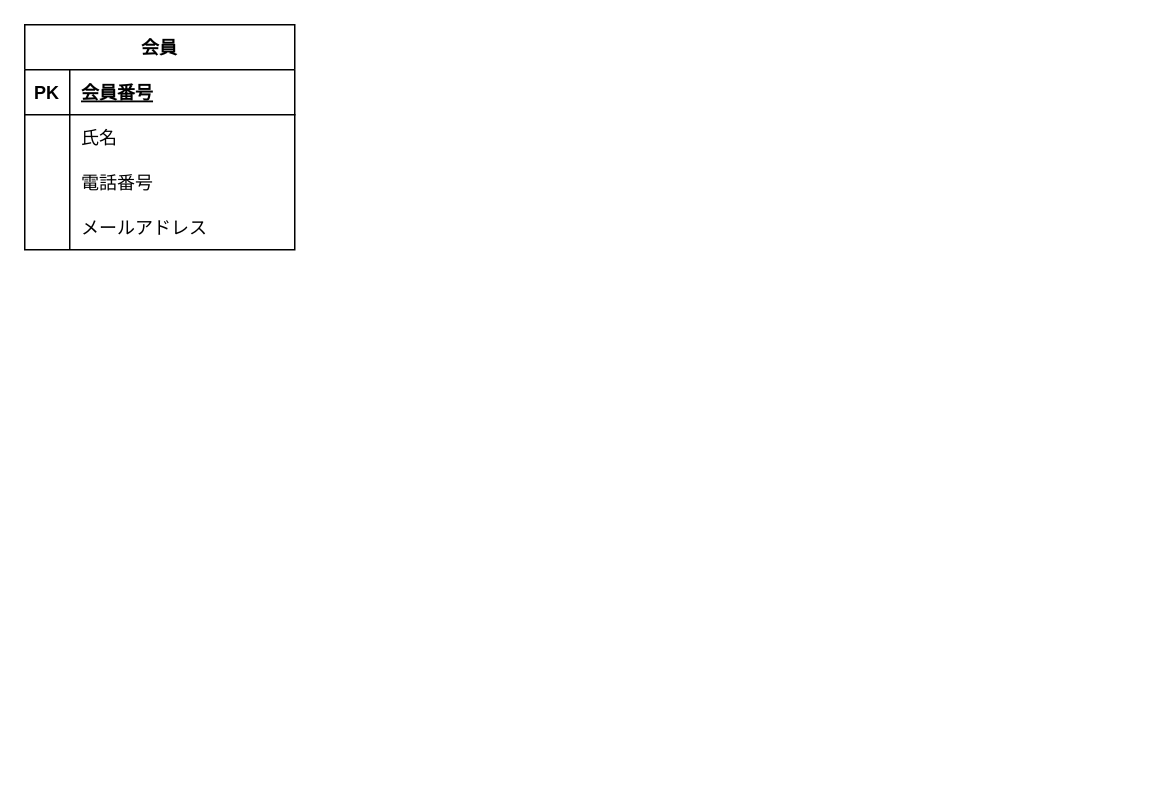
Above: 題材D　ヘアサロンデータベース.drawio in y-keysynth/study_sql-er (draw.io), before the change. Source tidied: cells renumbered, new cells numbered last; positions are measured from the earlier drawing's top-left corner, leaving out a move shared by most shapes. Both pictures are drawn from the tidied source at 150%, with x=0, y=0 at pixel (24, 24).
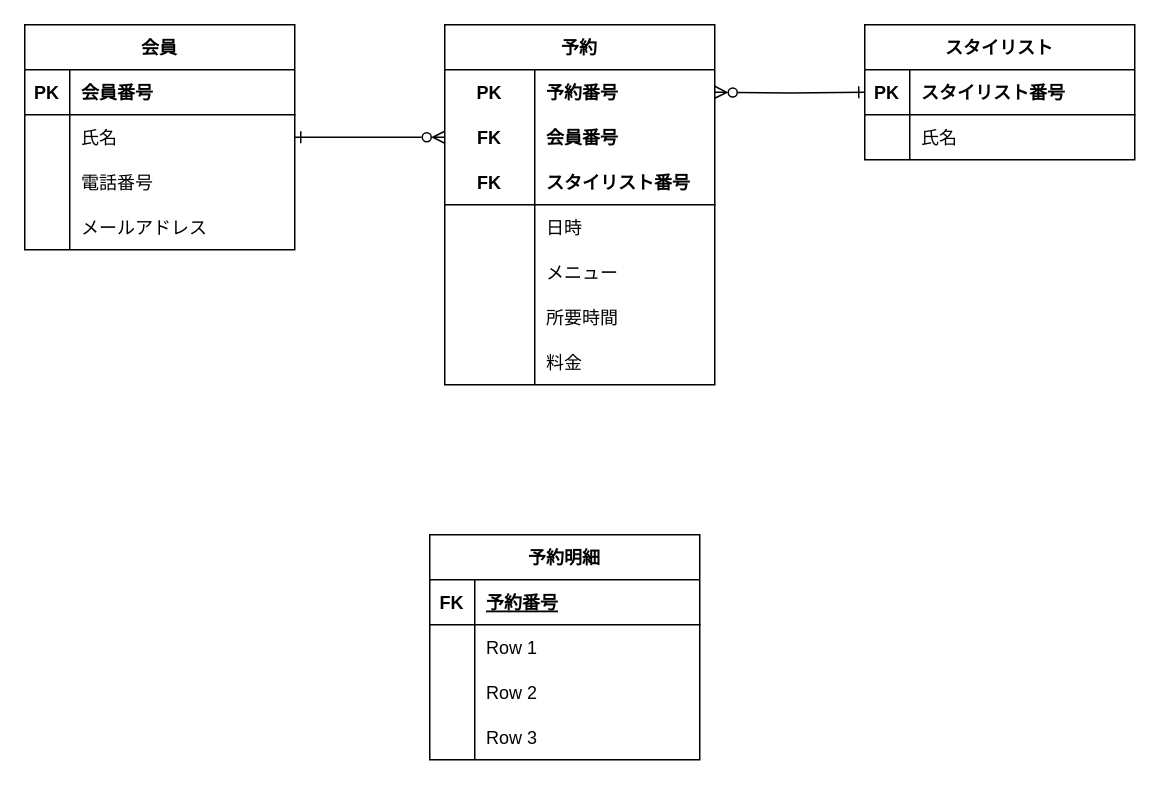
The same diagram, later.

Commit message:
題材D　ヘアサロンデータベース.drawio を更新します

Change to the diagram source:
```diff
@@
-    <mxCell id="2" value="会員" style="shape=table;startSize=30;childLayout=tableLayout;rowLines=0;fontStyle=1;align=center;" parent="1" vertex="1">
+    <mxCell id="2" value="会員" style="shape=table;startSize=30;childLayout=tableLayout;rowLines=0;fontStyle=1;align=center;labelBackgroundColor=none;" parent="1" vertex="1">
       <mxGeometry width="180" height="150" as="geometry" />
     </mxCell>
-    <mxCell id="3" style="shape=tableRow;horizontal=0;startSize=0;swimlaneHead=0;swimlaneBody=0;fillColor=none;top=0;left=0;right=0;bottom=1;" parent="2" vertex="1">
+    <mxCell id="3" style="shape=tableRow;horizontal=0;startSize=0;swimlaneHead=0;swimlaneBody=0;fillColor=none;top=0;left=0;right=0;bottom=1;labelBackgroundColor=none;" parent="2" vertex="1">
       <mxGeometry y="30" width="180" height="30" as="geometry" />
     </mxCell>
-    <mxCell id="4" value="PK" style="shape=partialRectangle;fillColor=none;top=0;left=0;bottom=0;right=0;fontStyle=1;overflow=hidden;" parent="3" vertex="1">
+    <mxCell id="4" value="PK" style="shape=partialRectangle;fillColor=none;top=0;left=0;bottom=0;right=0;fontStyle=1;overflow=hidden;labelBackgroundColor=none;" parent="3" vertex="1">
       <mxGeometry width="30" height="30" as="geometry" />
     </mxCell>
-    <mxCell id="5" value="会員番号" style="shape=partialRectangle;fillColor=none;top=0;left=0;bottom=0;right=0;align=left;spacingLeft=6;fontStyle=5;overflow=hidden;" parent="3" vertex="1">
+    <mxCell id="5" value="会員番号" style="shape=partialRectangle;fillColor=none;top=0;left=0;bottom=0;right=0;align=left;spacingLeft=6;fontStyle=1;overflow=hidden;labelBackgroundColor=none;" parent="3" vertex="1">
       <mxGeometry x="30" width="150" height="30" as="geometry" />
     </mxCell>
-    <mxCell id="6" style="shape=tableRow;horizontal=0;startSize=0;swimlaneHead=0;swimlaneBody=0;fillColor=none;points=[[0,0.5],[1,0.5]];portConstraint=eastwest;top=0;left=0;right=0;bottom=0;" parent="2" vertex="1">
+    <mxCell id="6" style="shape=tableRow;horizontal=0;startSize=0;swimlaneHead=0;swimlaneBody=0;fillColor=none;points=[[0,0.5],[1,0.5]];portConstraint=eastwest;top=0;left=0;right=0;bottom=0;labelBackgroundColor=none;" parent="2" vertex="1">
       <mxGeometry y="60" width="180" height="30" as="geometry" />
     </mxCell>
-    <mxCell id="7" style="shape=partialRectangle;fillColor=none;top=0;left=0;bottom=0;right=0;overflow=hidden;" parent="6" vertex="1">
+    <mxCell id="7" style="shape=partialRectangle;fillColor=none;top=0;left=0;bottom=0;right=0;overflow=hidden;labelBackgroundColor=none;" parent="6" vertex="1">
       <mxGeometry width="30" height="30" as="geometry" />
     </mxCell>
-    <mxCell id="8" value="氏名" style="shape=partialRectangle;fillColor=none;top=0;left=0;bottom=0;right=0;align=left;spacingLeft=6;overflow=hidden;" parent="6" vertex="1">
+    <mxCell id="8" value="氏名" style="shape=partialRectangle;fillColor=none;top=0;left=0;bottom=0;right=0;align=left;spacingLeft=6;overflow=hidden;labelBackgroundColor=none;" parent="6" vertex="1">
       <mxGeometry x="30" width="150" height="30" as="geometry" />
     </mxCell>
-    <mxCell id="9" style="shape=tableRow;horizontal=0;startSize=0;swimlaneHead=0;swimlaneBody=0;fillColor=none;top=0;left=0;right=0;bottom=0;" parent="2" vertex="1">
+    <mxCell id="9" style="shape=tableRow;horizontal=0;startSize=0;swimlaneHead=0;swimlaneBody=0;fillColor=none;top=0;left=0;right=0;bottom=0;labelBackgroundColor=none;" parent="2" vertex="1">
       <mxGeometry y="90" width="180" height="30" as="geometry" />
     </mxCell>
-    <mxCell id="10" style="shape=partialRectangle;fillColor=none;top=0;left=0;bottom=0;right=0;overflow=hidden;" parent="9" vertex="1">
+    <mxCell id="10" style="shape=partialRectangle;fillColor=none;top=0;left=0;bottom=0;right=0;overflow=hidden;labelBackgroundColor=none;" parent="9" vertex="1">
       <mxGeometry width="30" height="30" as="geometry" />
     </mxCell>
-    <mxCell id="11" value="電話番号 " style="shape=partialRectangle;fillColor=none;top=0;left=0;bottom=0;right=0;align=left;spacingLeft=6;overflow=hidden;" parent="9" vertex="1">
+    <mxCell id="11" value="電話番号 " style="shape=partialRectangle;fillColor=none;top=0;left=0;bottom=0;right=0;align=left;spacingLeft=6;overflow=hidden;labelBackgroundColor=none;" parent="9" vertex="1">
       <mxGeometry x="30" width="150" height="30" as="geometry" />
     </mxCell>
-    <mxCell id="12" style="shape=tableRow;horizontal=0;startSize=0;swimlaneHead=0;swimlaneBody=0;fillColor=none;top=0;left=0;right=0;bottom=0;" parent="2" vertex="1">
+    <mxCell id="12" style="shape=tableRow;horizontal=0;startSize=0;swimlaneHead=0;swimlaneBody=0;fillColor=none;top=0;left=0;right=0;bottom=0;labelBackgroundColor=none;" parent="2" vertex="1">
       <mxGeometry y="120" width="180" height="30" as="geometry" />
     </mxCell>
-    <mxCell id="13" style="shape=partialRectangle;fillColor=none;top=0;left=0;bottom=0;right=0;overflow=hidden;" parent="12" vertex="1">
+    <mxCell id="13" style="shape=partialRectangle;fillColor=none;top=0;left=0;bottom=0;right=0;overflow=hidden;labelBackgroundColor=none;" parent="12" vertex="1">
       <mxGeometry width="30" height="30" as="geometry" />
     </mxCell>
-    <mxCell id="14" value="メールアドレス" style="shape=partialRectangle;fillColor=none;top=0;left=0;bottom=0;right=0;align=left;spacingLeft=6;overflow=hidden;" parent="12" vertex="1">
+    <mxCell id="14" value="メールアドレス" style="shape=partialRectangle;fillColor=none;top=0;left=0;bottom=0;right=0;align=left;spacingLeft=6;overflow=hidden;labelBackgroundColor=none;" parent="12" vertex="1">
       <mxGeometry x="30" width="150" height="30" as="geometry" />
     </mxCell>
+    <mxCell id="15" value="予約" style="shape=table;startSize=30;childLayout=tableLayout;rowLines=0;fontStyle=1;align=center;labelBackgroundColor=none;" parent="1" vertex="1">
+      <mxGeometry x="280" width="180" height="240" as="geometry" />
+    </mxCell>
+    <mxCell id="16" style="shape=tableRow;horizontal=0;startSize=0;swimlaneHead=0;swimlaneBody=0;fillColor=none;points=[[0,0.5],[1,0.5]];portConstraint=eastwest;top=0;left=0;right=0;bottom=0;labelBackgroundColor=none;flipV=1;" parent="15" vertex="1">
+      <mxGeometry y="30" width="180" height="30" as="geometry" />
+    </mxCell>
+    <mxCell id="17" value="PK" style="shape=partialRectangle;fillColor=none;top=0;left=0;bottom=0;right=0;fontStyle=1;overflow=hidden;labelBackgroundColor=none;" parent="16" vertex="1">
+      <mxGeometry width="60" height="30" as="geometry" />
+    </mxCell>
+    <mxCell id="18" value="予約番号" style="shape=partialRectangle;fillColor=none;top=0;left=0;bottom=0;right=0;align=left;spacingLeft=6;fontStyle=1;overflow=hidden;labelBackgroundColor=none;" parent="16" vertex="1">
+      <mxGeometry x="60" width="120" height="30" as="geometry" />
+    </mxCell>
+    <mxCell id="19" style="shape=tableRow;horizontal=0;startSize=0;swimlaneHead=0;swimlaneBody=0;fillColor=none;points=[[0,0.5],[1,0.5]];portConstraint=eastwest;top=0;left=0;right=0;bottom=0;labelBackgroundColor=none;flipV=1;flipH=0;fontStyle=0;strokeColor=default;dashed=1;" parent="15" vertex="1">
+      <mxGeometry y="60" width="180" height="30" as="geometry" />
+    </mxCell>
+    <mxCell id="20" value="FK" style="shape=partialRectangle;fillColor=none;top=0;left=0;bottom=0;right=0;fontStyle=1;overflow=hidden;labelBackgroundColor=none;" parent="19" vertex="1">
+      <mxGeometry width="60" height="30" as="geometry" />
+    </mxCell>
+    <mxCell id="21" value="会員番号" style="shape=partialRectangle;fillColor=none;top=0;left=0;bottom=0;right=0;align=left;spacingLeft=6;fontStyle=1;overflow=hidden;labelBackgroundColor=none;dashed=1;fontColor=default;labelBorderColor=none;" parent="19" vertex="1">
+      <mxGeometry x="60" width="120" height="30" as="geometry" />
+    </mxCell>
+    <mxCell id="22" style="shape=tableRow;horizontal=0;startSize=0;swimlaneHead=0;swimlaneBody=0;fillColor=none;top=0;left=0;right=0;bottom=1;labelBackgroundColor=none;flipV=0;flipH=0;" parent="15" vertex="1">
+      <mxGeometry y="90" width="180" height="30" as="geometry" />
+    </mxCell>
+    <mxCell id="23" value="FK" style="shape=partialRectangle;fillColor=none;top=0;left=0;bottom=0;right=0;fontStyle=1;overflow=hidden;labelBackgroundColor=none;" parent="22" vertex="1">
+      <mxGeometry width="60" height="30" as="geometry" />
+    </mxCell>
+    <mxCell id="24" value="スタイリスト番号" style="shape=partialRectangle;fillColor=none;top=0;left=0;bottom=0;right=0;align=left;spacingLeft=6;fontStyle=1;overflow=hidden;labelBackgroundColor=none;" parent="22" vertex="1">
+      <mxGeometry x="60" width="120" height="30" as="geometry" />
+    </mxCell>
+    <mxCell id="25" style="shape=tableRow;horizontal=0;startSize=0;swimlaneHead=0;swimlaneBody=0;fillColor=none;top=0;left=0;right=0;bottom=0;labelBackgroundColor=none;" parent="15" vertex="1">
+      <mxGeometry y="120" width="180" height="30" as="geometry" />
+    </mxCell>
+    <mxCell id="26" style="shape=partialRectangle;fillColor=none;top=0;left=0;bottom=0;right=0;overflow=hidden;labelBackgroundColor=none;" parent="25" vertex="1">
+      <mxGeometry width="60" height="30" as="geometry" />
+    </mxCell>
+    <mxCell id="27" value="日時" style="shape=partialRectangle;fillColor=none;top=0;left=0;bottom=0;right=0;align=left;spacingLeft=6;overflow=hidden;labelBackgroundColor=none;" parent="25" vertex="1">
+      <mxGeometry x="60" width="120" height="30" as="geometry" />
+    </mxCell>
+    <mxCell id="28" style="shape=tableRow;horizontal=0;startSize=0;swimlaneHead=0;swimlaneBody=0;fillColor=none;top=0;left=0;right=0;bottom=0;labelBackgroundColor=none;" parent="15" vertex="1">
+      <mxGeometry y="150" width="180" height="30" as="geometry" />
+    </mxCell>
+    <mxCell id="29" style="shape=partialRectangle;fillColor=none;top=0;left=0;bottom=0;right=0;overflow=hidden;labelBackgroundColor=none;" parent="28" vertex="1">
+      <mxGeometry width="60" height="30" as="geometry" />
+    </mxCell>
+    <mxCell id="30" value="メニュー" style="shape=partialRectangle;fillColor=none;top=0;left=0;bottom=0;right=0;align=left;spacingLeft=6;overflow=hidden;labelBackgroundColor=none;" parent="28" vertex="1">
+      <mxGeometry x="60" width="120" height="30" as="geometry" />
+    </mxCell>
+    <mxCell id="31" style="shape=tableRow;horizontal=0;startSize=0;swimlaneHead=0;swimlaneBody=0;fillColor=none;top=0;left=0;right=0;bottom=0;labelBackgroundColor=none;" parent="15" vertex="1">
+      <mxGeometry y="180" width="180" height="30" as="geometry" />
+    </mxCell>
+    <mxCell id="32" style="shape=partialRectangle;fillColor=none;top=0;left=0;bottom=0;right=0;overflow=hidden;labelBackgroundColor=none;" parent="31" vertex="1">
+      <mxGeometry width="60" height="30" as="geometry" />
+    </mxCell>
+    <mxCell id="33" value="所要時間" style="shape=partialRectangle;fillColor=none;top=0;left=0;bottom=0;right=0;align=left;spacingLeft=6;overflow=hidden;labelBackgroundColor=none;" parent="31" vertex="1">
+      <mxGeometry x="60" width="120" height="30" as="geometry" />
+    </mxCell>
+    <mxCell id="34" style="shape=tableRow;horizontal=0;startSize=0;swimlaneHead=0;swimlaneBody=0;fillColor=none;top=0;left=0;right=0;bottom=0;labelBackgroundColor=none;" parent="15" vertex="1">
+      <mxGeometry y="210" width="180" height="30" as="geometry" />
+    </mxCell>
+    <mxCell id="35" style="shape=partialRectangle;fillColor=none;top=0;left=0;bottom=0;right=0;overflow=hidden;labelBackgroundColor=none;" parent="34" vertex="1">
+      <mxGeometry width="60" height="30" as="geometry" />
+    </mxCell>
+    <mxCell id="36" value="料金" style="shape=partialRectangle;fillColor=none;top=0;left=0;bottom=0;right=0;align=left;spacingLeft=6;overflow=hidden;labelBackgroundColor=none;" parent="34" vertex="1">
+      <mxGeometry x="60" width="120" height="30" as="geometry" />
+    </mxCell>
+    <mxCell id="37" value="予約明細" style="shape=table;startSize=30;childLayout=tableLayout;rowLines=0;fontStyle=1;align=center;labelBackgroundColor=none;" parent="1" vertex="1">
+      <mxGeometry x="270" y="340" width="180" height="150" as="geometry" />
+    </mxCell>
+    <mxCell id="38" style="shape=tableRow;horizontal=0;startSize=0;swimlaneHead=0;swimlaneBody=0;fillColor=none;top=0;left=0;right=0;bottom=1;labelBackgroundColor=none;" parent="37" vertex="1">
+      <mxGeometry y="30" width="180" height="30" as="geometry" />
+    </mxCell>
+    <mxCell id="39" value="FK" style="shape=partialRectangle;fillColor=none;top=0;left=0;bottom=0;right=0;fontStyle=1;overflow=hidden;labelBackgroundColor=none;" parent="38" vertex="1">
+      <mxGeometry width="30" height="30" as="geometry" />
+    </mxCell>
+    <mxCell id="40" value="予約番号" style="shape=partialRectangle;fillColor=none;top=0;left=0;bottom=0;right=0;align=left;spacingLeft=6;fontStyle=5;overflow=hidden;labelBackgroundColor=none;" parent="38" vertex="1">
+      <mxGeometry x="30" width="150" height="30" as="geometry" />
+    </mxCell>
+    <mxCell id="41" style="shape=tableRow;horizontal=0;startSize=0;swimlaneHead=0;swimlaneBody=0;fillColor=none;top=0;left=0;right=0;bottom=0;labelBackgroundColor=none;" parent="37" vertex="1">
+      <mxGeometry y="60" width="180" height="30" as="geometry" />
+    </mxCell>
+    <mxCell id="42" style="shape=partialRectangle;fillColor=none;top=0;left=0;bottom=0;right=0;overflow=hidden;labelBackgroundColor=none;" parent="41" vertex="1">
+      <mxGeometry width="30" height="30" as="geometry" />
+    </mxCell>
+    <mxCell id="43" value="Row 1" style="shape=partialRectangle;fillColor=none;top=0;left=0;bottom=0;right=0;align=left;spacingLeft=6;overflow=hidden;labelBackgroundColor=none;" parent="41" vertex="1">
+      <mxGeometry x="30" width="150" height="30" as="geometry" />
+    </mxCell>
+    <mxCell id="44" style="shape=tableRow;horizontal=0;startSize=0;swimlaneHead=0;swimlaneBody=0;fillColor=none;top=0;left=0;right=0;bottom=0;labelBackgroundColor=none;" parent="37" vertex="1">
+      <mxGeometry y="90" width="180" height="30" as="geometry" />
+    </mxCell>
+    <mxCell id="45" style="shape=partialRectangle;fillColor=none;top=0;left=0;bottom=0;right=0;overflow=hidden;labelBackgroundColor=none;" parent="44" vertex="1">
+      <mxGeometry width="30" height="30" as="geometry" />
+    </mxCell>
+    <mxCell id="46" value="Row 2" style="shape=partialRectangle;fillColor=none;top=0;left=0;bottom=0;right=0;align=left;spacingLeft=6;overflow=hidden;labelBackgroundColor=none;" parent="44" vertex="1">
+      <mxGeometry x="30" width="150" height="30" as="geometry" />
+    </mxCell>
+    <mxCell id="47" style="shape=tableRow;horizontal=0;startSize=0;swimlaneHead=0;swimlaneBody=0;fillColor=none;top=0;left=0;right=0;bottom=0;labelBackgroundColor=none;" parent="37" vertex="1">
+      <mxGeometry y="120" width="180" height="30" as="geometry" />
+    </mxCell>
+    <mxCell id="48" style="shape=partialRectangle;fillColor=none;top=0;left=0;bottom=0;right=0;overflow=hidden;labelBackgroundColor=none;" parent="47" vertex="1">
+      <mxGeometry width="30" height="30" as="geometry" />
+    </mxCell>
+    <mxCell id="49" value="Row 3" style="shape=partialRectangle;fillColor=none;top=0;left=0;bottom=0;right=0;align=left;spacingLeft=6;overflow=hidden;labelBackgroundColor=none;" parent="47" vertex="1">
+      <mxGeometry x="30" width="150" height="30" as="geometry" />
+    </mxCell>
+    <mxCell id="50" value="スタイリスト" style="shape=table;startSize=30;childLayout=tableLayout;rowLines=0;fontStyle=1;align=center;labelBackgroundColor=none;" parent="1" vertex="1">
+      <mxGeometry x="560" width="180" height="90" as="geometry" />
+    </mxCell>
+    <mxCell id="51" style="shape=tableRow;horizontal=0;startSize=0;swimlaneHead=0;swimlaneBody=0;fillColor=none;top=0;left=0;right=0;bottom=1;labelBackgroundColor=none;" parent="50" vertex="1">
+      <mxGeometry y="30" width="180" height="30" as="geometry" />
+    </mxCell>
+    <mxCell id="52" value="PK" style="shape=partialRectangle;fillColor=none;top=0;left=0;bottom=0;right=0;fontStyle=1;overflow=hidden;labelBackgroundColor=none;" parent="51" vertex="1">
+      <mxGeometry width="30" height="30" as="geometry" />
+    </mxCell>
+    <mxCell id="53" value="スタイリスト番号" style="shape=partialRectangle;fillColor=none;top=0;left=0;bottom=0;right=0;align=left;spacingLeft=6;fontStyle=1;overflow=hidden;labelBackgroundColor=none;" parent="51" vertex="1">
+      <mxGeometry x="30" width="150" height="30" as="geometry" />
+    </mxCell>
+    <mxCell id="54" style="shape=tableRow;horizontal=0;startSize=0;swimlaneHead=0;swimlaneBody=0;fillColor=none;top=0;left=0;right=0;bottom=0;labelBackgroundColor=none;" parent="50" vertex="1">
+      <mxGeometry y="60" width="180" height="30" as="geometry" />
+    </mxCell>
+    <mxCell id="55" style="shape=partialRectangle;fillColor=none;top=0;left=0;bottom=0;right=0;overflow=hidden;labelBackgroundColor=none;" parent="54" vertex="1">
+      <mxGeometry width="30" height="30" as="geometry" />
+    </mxCell>
+    <mxCell id="56" value="氏名" style="shape=partialRectangle;fillColor=none;top=0;left=0;bottom=0;right=0;align=left;spacingLeft=6;overflow=hidden;labelBackgroundColor=none;" parent="54" vertex="1">
+      <mxGeometry x="30" width="150" height="30" as="geometry" />
+    </mxCell>
+    <mxCell id="57" style="edgeStyle=orthogonalEdgeStyle;rounded=0;jettySize=auto;html=1;exitX=1;exitY=0.5;exitDx=0;exitDy=0;entryX=0;entryY=0.5;entryDx=0;entryDy=0;strokeColor=default;startArrow=ERone;startFill=0;endArrow=ERzeroToMany;endFill=0;" parent="1" edge="1" source="6" target="19">
+      <mxGeometry relative="1" as="geometry" />
+    </mxCell>
+    <mxCell id="58" style="edgeStyle=orthogonalEdgeStyle;rounded=0;jettySize=auto;html=1;entryX=1;entryY=0.5;entryDx=0;entryDy=0;strokeColor=default;startArrow=ERone;startFill=0;endArrow=ERzeroToMany;endFill=0;" parent="1" edge="1" target="16">
+      <mxGeometry relative="1" as="geometry">
+        <mxPoint x="560" y="45" as="sourcePoint" />
+      </mxGeometry>
+    </mxCell>
```
